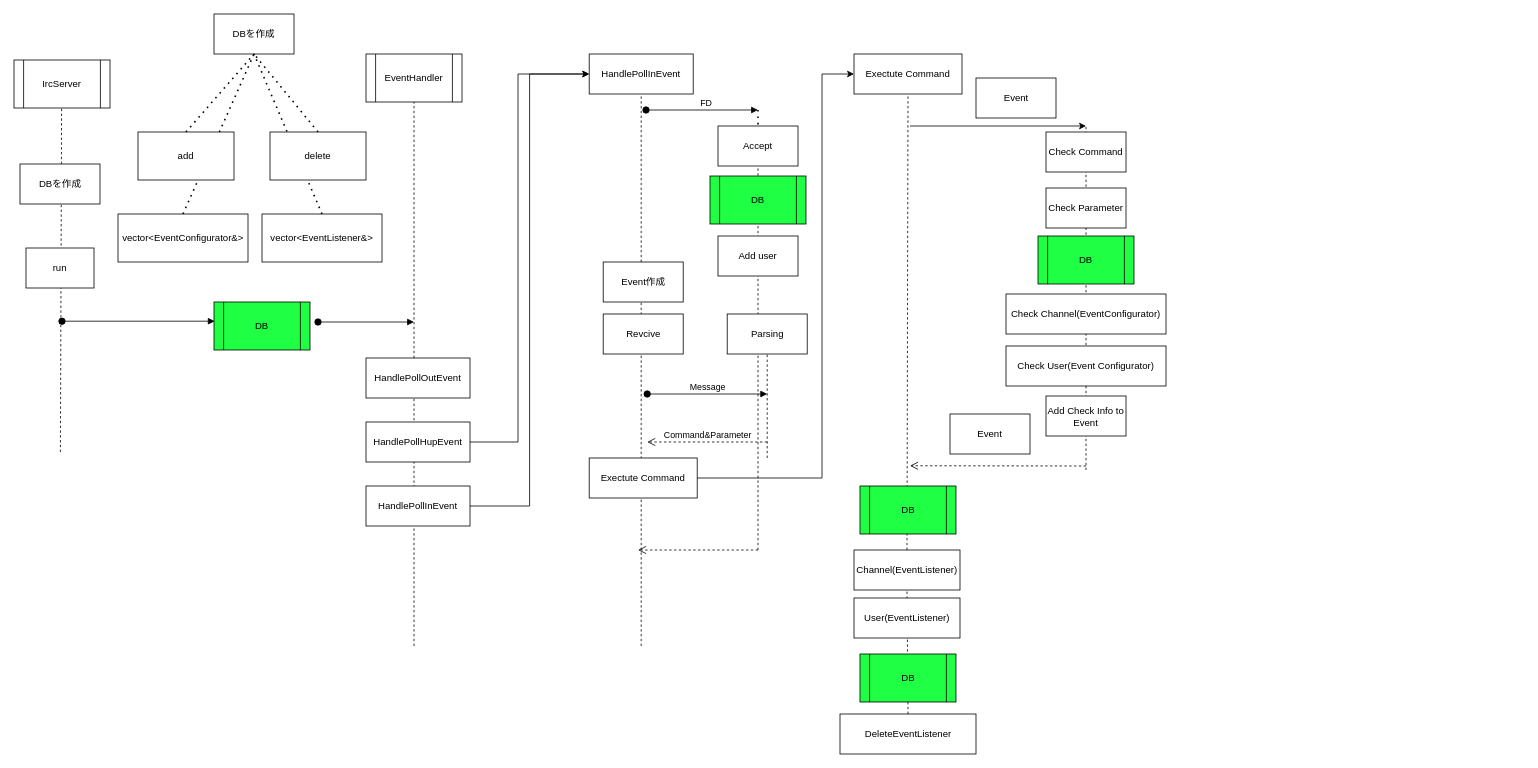
This is docs/Untitled Diagram.drawio from IRC-WIR/ft_irc, a draw.io file, before an edit. Source tidied: cells renumbered, new cells numbered last; positions are measured from the earlier drawing's top-left corner, leaving out a move shared by most shapes. Both pictures are drawn from the tidied source at 80%, with x=0, y=0 at pixel (14, 14).
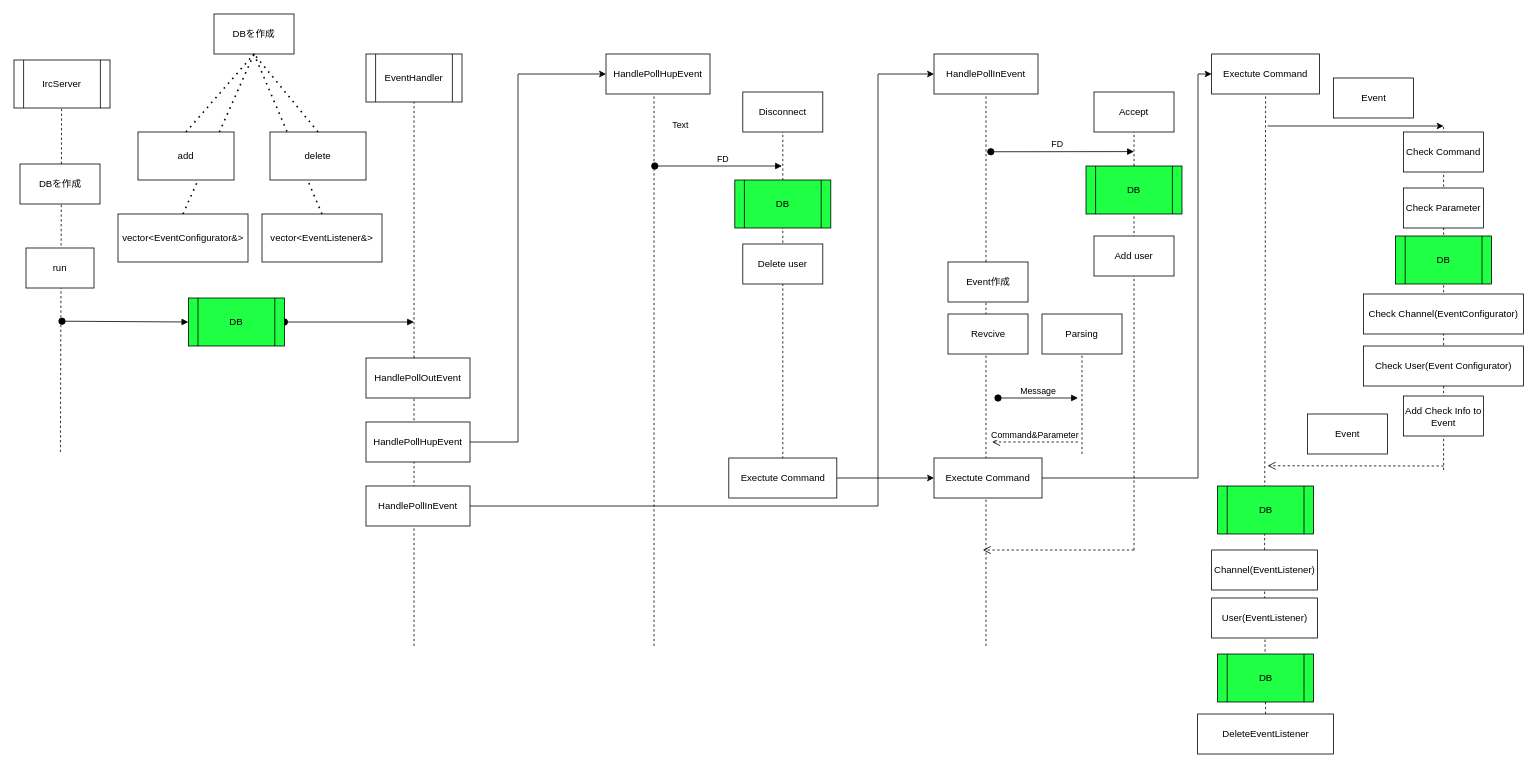
The same diagram, later.

Unchanged cells that the change refers to:
```xml
<mxCell id="9" value="HandlePollInEvent" style="rounded=0;whiteSpace=wrap;html=1;" parent="1" vertex="1">
  <mxGeometry x="440" y="590" width="130" height="50" as="geometry" />
</mxCell>
<mxCell id="12" value="HandlePollHupEvent" style="rounded=0;whiteSpace=wrap;html=1;" parent="1" vertex="1">
  <mxGeometry x="440" y="510" width="130" height="50" as="geometry" />
</mxCell>
```

Diff of the diagram source:
```diff
@@
     <mxCell id="8" style="edgeStyle=orthogonalEdgeStyle;rounded=0;jettySize=auto;html=1;exitX=1;exitY=0.5;exitDx=0;exitDy=0;entryX=0;entryY=0.5;entryDx=0;entryDy=0;" parent="1" edge="1" source="9" target="13">
-      <mxGeometry relative="1" as="geometry" />
+      <mxGeometry relative="1" as="geometry">
+        <Array as="points">
+          <mxPoint x="1080" y="615" />
+          <mxPoint x="1080" y="75" />
+        </Array>
+      </mxGeometry>
     </mxCell>
@@
-    <mxCell id="11" style="edgeStyle=orthogonalEdgeStyle;rounded=0;jettySize=auto;html=1;entryX=0;entryY=0.5;entryDx=0;entryDy=0;" parent="1" edge="1" source="12" target="13">
+    <mxCell id="11" style="edgeStyle=orthogonalEdgeStyle;rounded=0;jettySize=auto;html=1;entryX=0;entryY=0.5;entryDx=0;entryDy=0;" parent="1" edge="1" source="12" target="61">
       <mxGeometry relative="1" as="geometry">
         <Array as="points">
           <mxPoint x="630" y="535" />
           <mxPoint x="630" y="75" />
         </Array>
       </mxGeometry>
     </mxCell>
@@
     <mxCell id="13" value="HandlePollInEvent" style="rounded=0;whiteSpace=wrap;html=1;" parent="1" vertex="1">
-      <mxGeometry x="719" y="50" width="130" height="50" as="geometry" />
+      <mxGeometry x="1150" y="50" width="130" height="50" as="geometry" />
     </mxCell>
     <mxCell id="14" style="endArrow=none;dashed=1;html=1;rounded=0;entryX=0.5;entryY=1;entryDx=0;entryDy=0;" parent="1" edge="1" target="13">
       <mxGeometry relative="1" as="geometry">
-        <mxPoint x="784" y="790" as="sourcePoint" />
+        <mxPoint x="1215" y="790" as="sourcePoint" />
       </mxGeometry>
     </mxCell>
     <mxCell id="15" value="Event作成" style="rounded=0;whiteSpace=wrap;html=1;" parent="1" vertex="1">
-      <mxGeometry x="736.5" y="310" width="100" height="50" as="geometry" />
+      <mxGeometry x="1167.5" y="310" width="100" height="50" as="geometry" />
     </mxCell>
     <mxCell id="16" value="Accept" style="rounded=0;whiteSpace=wrap;html=1;" parent="1" vertex="1">
-      <mxGeometry x="880" y="140" width="100" height="50" as="geometry" />
+      <mxGeometry x="1350" y="97.5" width="100" height="50" as="geometry" />
     </mxCell>
     <mxCell id="17" value="Revcive" style="rounded=0;whiteSpace=wrap;html=1;" parent="1" vertex="1">
-      <mxGeometry x="736.5" y="375" width="100" height="50" as="geometry" />
+      <mxGeometry x="1167.5" y="375" width="100" height="50" as="geometry" />
     </mxCell>
     <mxCell id="18" style="endArrow=none;dashed=1;html=1;rounded=0;entryX=0.5;entryY=1;entryDx=0;entryDy=0;" parent="1" edge="1" target="60">
       <mxGeometry relative="1" as="geometry">
-        <mxPoint x="941.5" y="555" as="sourcePoint" />
+        <mxPoint x="1335" y="550" as="sourcePoint" />
       </mxGeometry>
     </mxCell>
     <mxCell id="19" value="Message" style="html=1;verticalAlign=bottom;startArrow=oval;startFill=1;endArrow=block;startSize=8;curved=0;rounded=0;" parent="1" edge="1">
       <mxGeometry relative="1" as="geometry">
-        <mxPoint x="791.5" y="475" as="sourcePoint" />
-        <mxPoint x="941.5" y="475" as="targetPoint" />
+        <mxPoint x="1230" y="480" as="sourcePoint" />
+        <mxPoint x="1330" y="480" as="targetPoint" />
       </mxGeometry>
     </mxCell>
     <mxCell id="20" value="Command&amp;amp;Parameter" style="html=1;verticalAlign=bottom;endArrow=open;dashed=1;endSize=8;curved=0;rounded=0;" parent="1" edge="1">
       <mxGeometry relative="1" as="geometry">
-        <mxPoint x="941.5" y="535" as="sourcePoint" />
-        <mxPoint x="791.5" y="535" as="targetPoint" />
+        <mxPoint x="1330" y="535" as="sourcePoint" />
+        <mxPoint x="1222.5" y="535" as="targetPoint" />
       </mxGeometry>
     </mxCell>
     <mxCell id="21" style="edgeStyle=orthogonalEdgeStyle;rounded=0;jettySize=auto;html=1;entryX=0;entryY=0.5;entryDx=0;entryDy=0;exitX=1;exitY=0.5;exitDx=0;exitDy=0;" parent="1" edge="1" source="22" target="23">
       <mxGeometry relative="1" as="geometry">
         <Array as="points">
-          <mxPoint x="1010" y="580" />
-          <mxPoint x="1010" y="75" />
+          <mxPoint x="1480" y="580" />
+          <mxPoint x="1480" y="75" />
         </Array>
       </mxGeometry>
     </mxCell>
     <mxCell id="22" value="Exectute Command" style="rounded=0;whiteSpace=wrap;html=1;" parent="1" vertex="1">
-      <mxGeometry x="719" y="555" width="135" height="50" as="geometry" />
+      <mxGeometry x="1150" y="555" width="135" height="50" as="geometry" />
     </mxCell>
     <mxCell id="23" value="Exectute Command" style="rounded=0;whiteSpace=wrap;html=1;" parent="1" vertex="1">
-      <mxGeometry x="1050" y="50" width="135" height="50" as="geometry" />
+      <mxGeometry x="1497" y="50" width="135" height="50" as="geometry" />
     </mxCell>
@@
     <mxCell id="25" value="DeleteEventListener" style="rounded=0;whiteSpace=wrap;html=1;" parent="1" vertex="1">
-      <mxGeometry x="1032.5" y="875" width="170" height="50" as="geometry" />
+      <mxGeometry x="1479.5" y="875" width="170" height="50" as="geometry" />
     </mxCell>
-    <mxCell id="26" style="endArrow=none;dashed=1;html=1;rounded=0;" parent="1" edge="1">
+    <mxCell id="26" style="endArrow=none;dashed=1;html=1;rounded=0;entryX=0.5;entryY=1;entryDx=0;entryDy=0;" parent="1" edge="1" target="16">
       <mxGeometry relative="1" as="geometry">
-        <mxPoint x="930" y="670" as="sourcePoint" />
-        <mxPoint x="930" y="190" as="targetPoint" />
+        <mxPoint x="1400" y="670" as="sourcePoint" />
       </mxGeometry>
     </mxCell>
     <mxCell id="27" value="FD" style="html=1;verticalAlign=bottom;startArrow=oval;startFill=1;endArrow=block;startSize=8;curved=0;rounded=0;" parent="1" edge="1">
-      <mxGeometry x="0.07" relative="1" as="geometry">
-        <mxPoint x="790" y="120" as="sourcePoint" />
-        <mxPoint x="930" y="120" as="targetPoint" />
+      <mxGeometry x="-0.07" relative="1" as="geometry">
+        <mxPoint x="1221" y="172.2" as="sourcePoint" />
+        <mxPoint x="1400" y="172" as="targetPoint" />
       </mxGeometry>
     </mxCell>
     <mxCell id="28" style="html=1;verticalAlign=bottom;endArrow=open;dashed=1;endSize=8;curved=0;rounded=0;" parent="1" edge="1">
       <mxGeometry relative="1" as="geometry">
-        <mxPoint x="930" y="670" as="sourcePoint" />
-        <mxPoint x="780" y="670" as="targetPoint" />
+        <mxPoint x="1400" y="670" as="sourcePoint" />
+        <mxPoint x="1211" y="670" as="targetPoint" />
       </mxGeometry>
     </mxCell>
     <mxCell id="29" value="Add user" style="rounded=0;whiteSpace=wrap;html=1;" parent="1" vertex="1">
-      <mxGeometry x="880" y="277.5" width="100" height="50" as="geometry" />
+      <mxGeometry x="1350" y="277.5" width="100" height="50" as="geometry" />
     </mxCell>
-    <mxCell id="30" style="html=1;verticalAlign=bottom;startArrow=oval;startFill=1;endArrow=block;startSize=8;curved=0;rounded=0;" parent="1" edge="1">
+    <mxCell id="30" style="html=1;verticalAlign=bottom;startArrow=oval;startFill=1;endArrow=block;startSize=8;curved=0;rounded=0;exitX=1;exitY=0.5;exitDx=0;exitDy=0;" parent="1" edge="1" source="43">
       <mxGeometry relative="1" as="geometry">
-        <mxPoint x="380" y="385" as="sourcePoint" />
         <mxPoint x="500" y="385" as="targetPoint" />
       </mxGeometry>
     </mxCell>
     <mxCell id="31" style="endArrow=none;dashed=1;html=1;rounded=0;" parent="1" edge="1">
       <mxGeometry relative="1" as="geometry">
-        <mxPoint x="1340" y="570" as="sourcePoint" />
-        <mxPoint x="1340" y="140" as="targetPoint" />
+        <mxPoint x="1787" y="570" as="sourcePoint" />
+        <mxPoint x="1787" y="140" as="targetPoint" />
       </mxGeometry>
     </mxCell>
     <mxCell id="32" value="Check Command" style="rounded=0;whiteSpace=wrap;html=1;" parent="1" vertex="1">
-      <mxGeometry x="1290" y="147.5" width="100" height="50" as="geometry" />
+      <mxGeometry x="1737" y="147.5" width="100" height="50" as="geometry" />
     </mxCell>
     <mxCell id="33" value="Check Parameter" style="rounded=0;whiteSpace=wrap;html=1;" parent="1" vertex="1">
-      <mxGeometry x="1290" y="217.5" width="100" height="50" as="geometry" />
+      <mxGeometry x="1737" y="217.5" width="100" height="50" as="geometry" />
     </mxCell>
     <mxCell id="34" value="Add Check Info to Event" style="rounded=0;whiteSpace=wrap;html=1;" parent="1" vertex="1">
-      <mxGeometry x="1290" y="477.5" width="100" height="50" as="geometry" />
+      <mxGeometry x="1737" y="477.5" width="100" height="50" as="geometry" />
     </mxCell>
     <mxCell id="35" value="Check Channel(EventConfigurator)" style="rounded=0;whiteSpace=wrap;html=1;" parent="1" vertex="1">
-      <mxGeometry x="1240" y="350" width="200" height="50" as="geometry" />
+      <mxGeometry x="1687" y="350" width="200" height="50" as="geometry" />
     </mxCell>
     <mxCell id="36" style="html=1;verticalAlign=bottom;endArrow=open;dashed=1;endSize=8;curved=0;rounded=0;" parent="1" edge="1">
       <mxGeometry relative="1" as="geometry">
-        <mxPoint x="1340" y="565" as="sourcePoint" />
-        <mxPoint x="1120" y="564.7" as="targetPoint" />
+        <mxPoint x="1787" y="565" as="sourcePoint" />
+        <mxPoint x="1567" y="564.7" as="targetPoint" />
       </mxGeometry>
     </mxCell>
     <mxCell id="37" value="Event" style="rounded=0;whiteSpace=wrap;html=1;" parent="1" vertex="1">
-      <mxGeometry x="1170" y="500" width="100" height="50" as="geometry" />
+      <mxGeometry x="1617" y="500" width="100" height="50" as="geometry" />
     </mxCell>
-    <mxCell id="38" style="endArrow=none;dashed=1;html=1;dashPattern=1 3;strokeWidth=2;rounded=0;entryX=0.5;entryY=0;entryDx=0;entryDy=0;" parent="1" edge="1" target="16">
-      <mxGeometry relative="1" as="geometry">
-        <mxPoint x="930" y="120" as="sourcePoint" />
-      </mxGeometry>
-    </mxCell>
     <mxCell id="39" value="Check User(Event Configurator)" style="rounded=0;whiteSpace=wrap;html=1;" parent="1" vertex="1">
-      <mxGeometry x="1240" y="415" width="200" height="50" as="geometry" />
+      <mxGeometry x="1687" y="415" width="200" height="50" as="geometry" />
     </mxCell>
     <mxCell id="40" style="endArrow=classic;html=1;rounded=0;" parent="1" edge="1">
       <mxGeometry relative="1" as="geometry">
-        <mxPoint x="1120" y="140" as="sourcePoint" />
-        <mxPoint x="1340" y="140" as="targetPoint" />
+        <mxPoint x="1567" y="140" as="sourcePoint" />
+        <mxPoint x="1787" y="140" as="targetPoint" />
       </mxGeometry>
     </mxCell>
     <mxCell id="41" value="Event" style="rounded=0;whiteSpace=wrap;html=1;" parent="1" vertex="1">
-      <mxGeometry x="1202.5" y="80" width="100" height="50" as="geometry" />
+      <mxGeometry x="1649.5" y="80" width="100" height="50" as="geometry" />
     </mxCell>
-    <mxCell id="42" style="html=1;verticalAlign=bottom;startArrow=oval;startFill=1;endArrow=block;startSize=8;curved=0;rounded=0;entryX=0.008;entryY=0.4;entryDx=0;entryDy=0;entryPerimeter=0;" parent="1" edge="1" target="43">
+    <mxCell id="42" style="html=1;verticalAlign=bottom;startArrow=oval;startFill=1;endArrow=block;startSize=8;curved=0;rounded=0;entryX=0;entryY=0.5;entryDx=0;entryDy=0;" parent="1" edge="1" target="43">
       <mxGeometry relative="1" as="geometry">
         <mxPoint x="60" y="384" as="sourcePoint" />
       </mxGeometry>
     </mxCell>
     <mxCell id="43" value="DB" style="shape=process;whiteSpace=wrap;html=1;backgroundOutline=1;fillColor=#1FFF44;" parent="1" vertex="1">
-      <mxGeometry x="250" y="360" width="120" height="60" as="geometry" />
+      <mxGeometry x="218" y="355" width="120" height="60" as="geometry" />
     </mxCell>
@@
     <mxCell id="53" value="DB" style="shape=process;whiteSpace=wrap;html=1;backgroundOutline=1;fillColor=#1FFF44;" parent="1" vertex="1">
-      <mxGeometry x="870" y="202.5" width="120" height="60" as="geometry" />
+      <mxGeometry x="1340" y="190" width="120" height="60" as="geometry" />
     </mxCell>
     <mxCell id="54" value="DB" style="shape=process;whiteSpace=wrap;html=1;backgroundOutline=1;fillColor=#1FFF44;" parent="1" vertex="1">
-      <mxGeometry x="1280" y="277.5" width="120" height="60" as="geometry" />
+      <mxGeometry x="1727" y="277.5" width="120" height="60" as="geometry" />
     </mxCell>
     <mxCell id="55" value="DB" style="shape=process;whiteSpace=wrap;html=1;backgroundOutline=1;fillColor=#1FFF44;" parent="1" vertex="1">
-      <mxGeometry x="1057.5" y="590" width="120" height="60" as="geometry" />
+      <mxGeometry x="1504.5" y="590" width="120" height="60" as="geometry" />
     </mxCell>
@@
     <mxCell id="57" value="Channel(EventListener)" style="rounded=0;whiteSpace=wrap;html=1;" parent="1" vertex="1">
-      <mxGeometry x="1050" y="670" width="132.5" height="50" as="geometry" />
+      <mxGeometry x="1497" y="670" width="132.5" height="50" as="geometry" />
     </mxCell>
     <mxCell id="58" value="User(EventListener)" style="rounded=0;whiteSpace=wrap;html=1;" parent="1" vertex="1">
-      <mxGeometry x="1050" y="730" width="132.5" height="50" as="geometry" />
+      <mxGeometry x="1497" y="730" width="132.5" height="50" as="geometry" />
     </mxCell>
     <mxCell id="59" value="DB" style="shape=process;whiteSpace=wrap;html=1;backgroundOutline=1;fillColor=#1FFF44;" parent="1" vertex="1">
-      <mxGeometry x="1057.5" y="800" width="120" height="60" as="geometry" />
+      <mxGeometry x="1504.5" y="800" width="120" height="60" as="geometry" />
     </mxCell>
     <mxCell id="60" value="Parsing" style="rounded=0;whiteSpace=wrap;html=1;" parent="1" vertex="1">
-      <mxGeometry x="891.5" y="375" width="100" height="50" as="geometry" />
+      <mxGeometry x="1285" y="375" width="100" height="50" as="geometry" />
     </mxCell>
+    <mxCell id="61" value="HandlePollHupEvent" style="rounded=0;whiteSpace=wrap;html=1;" parent="1" vertex="1">
+      <mxGeometry x="740" y="50" width="130" height="50" as="geometry" />
+    </mxCell>
+    <mxCell id="62" style="endArrow=none;dashed=1;html=1;rounded=0;entryX=0.5;entryY=1;entryDx=0;entryDy=0;" parent="1" edge="1">
+      <mxGeometry relative="1" as="geometry">
+        <mxPoint x="800" y="790" as="sourcePoint" />
+        <mxPoint x="800" y="100" as="targetPoint" />
+      </mxGeometry>
+    </mxCell>
+    <mxCell id="63" value="Text" style="edgeLabel;html=1;align=center;verticalAlign=middle;" parent="62" vertex="1">
+      <mxGeometry x="0.89" y="-1" relative="1" as="geometry">
+        <mxPoint x="31" as="offset" />
+      </mxGeometry>
+    </mxCell>
+    <mxCell id="64" value="FD" style="html=1;verticalAlign=bottom;startArrow=oval;startFill=1;endArrow=block;startSize=8;curved=0;rounded=0;" parent="1" edge="1">
+      <mxGeometry x="0.07" relative="1" as="geometry">
+        <mxPoint x="801" y="190" as="sourcePoint" />
+        <mxPoint x="960" y="190" as="targetPoint" />
+      </mxGeometry>
+    </mxCell>
+    <mxCell id="65" value="Disconnect" style="rounded=0;whiteSpace=wrap;html=1;" parent="1" vertex="1">
+      <mxGeometry x="911" y="97.5" width="100" height="50" as="geometry" />
+    </mxCell>
+    <mxCell id="66" style="endArrow=none;dashed=1;html=1;rounded=0;entryX=0.5;entryY=1;entryDx=0;entryDy=0;" parent="1" edge="1" target="65">
+      <mxGeometry relative="1" as="geometry">
+        <mxPoint x="961" y="580" as="sourcePoint" />
+      </mxGeometry>
+    </mxCell>
+    <mxCell id="67" value="DB" style="shape=process;whiteSpace=wrap;html=1;backgroundOutline=1;fillColor=#1FFF44;" parent="1" vertex="1">
+      <mxGeometry x="901" y="207.5" width="120" height="60" as="geometry" />
+    </mxCell>
+    <mxCell id="68" value="Delete user" style="rounded=0;whiteSpace=wrap;html=1;" parent="1" vertex="1">
+      <mxGeometry x="911" y="287.5" width="100" height="50" as="geometry" />
+    </mxCell>
+    <mxCell id="69" value="Exectute Command" style="rounded=0;whiteSpace=wrap;html=1;" parent="1" vertex="1">
+      <mxGeometry x="893.5" y="555" width="135" height="50" as="geometry" />
+    </mxCell>
+    <mxCell id="70" style="endArrow=classic;html=1;rounded=0;exitX=1;exitY=0.5;exitDx=0;exitDy=0;entryX=0;entryY=0.5;entryDx=0;entryDy=0;" parent="1" edge="1" source="69" target="22">
+      <mxGeometry relative="1" as="geometry" />
+    </mxCell>
```
